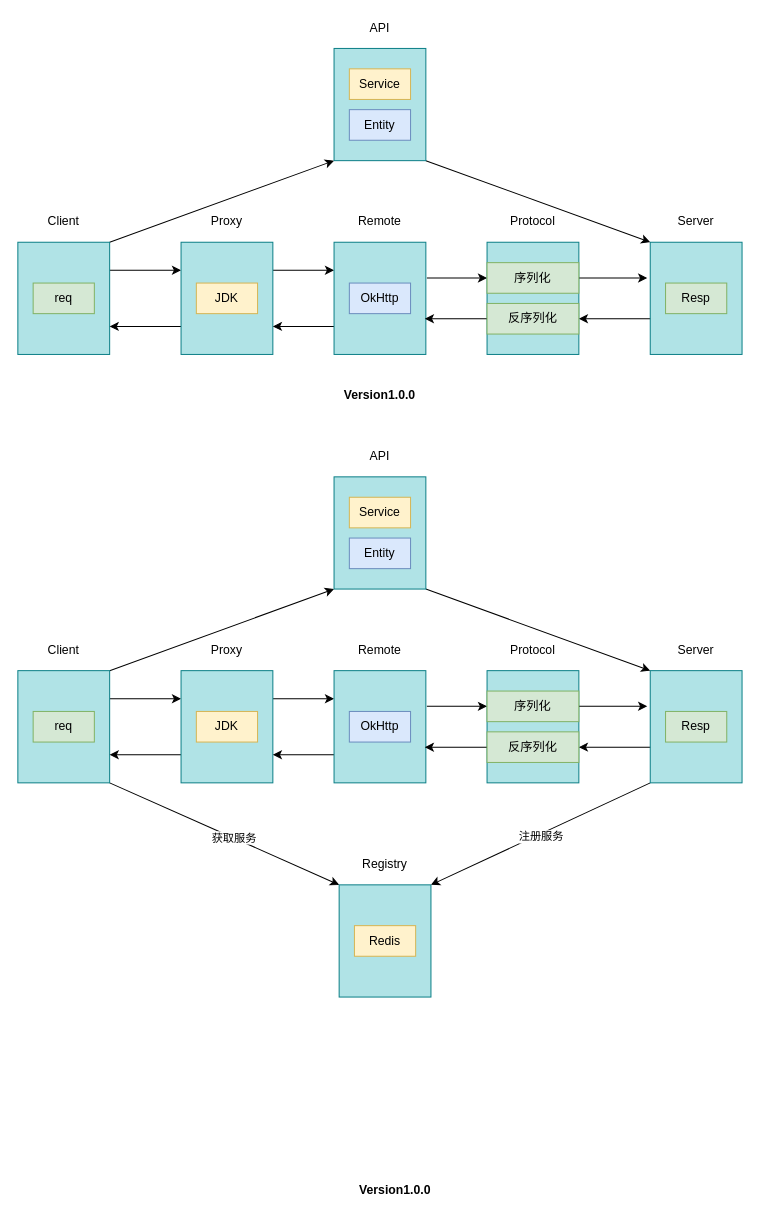
Above: jihe/rpc/oli-rpc.drawio in oliverschen/draw.io (draw.io), before the change. Source tidied: cells renumbered, new cells numbered last; positions are measured from the earlier drawing's top-left corner, leaving out a move shared by most shapes. Both pictures are drawn from the tidied source at 102%, with x=0, y=0 at pixel (17, 17).
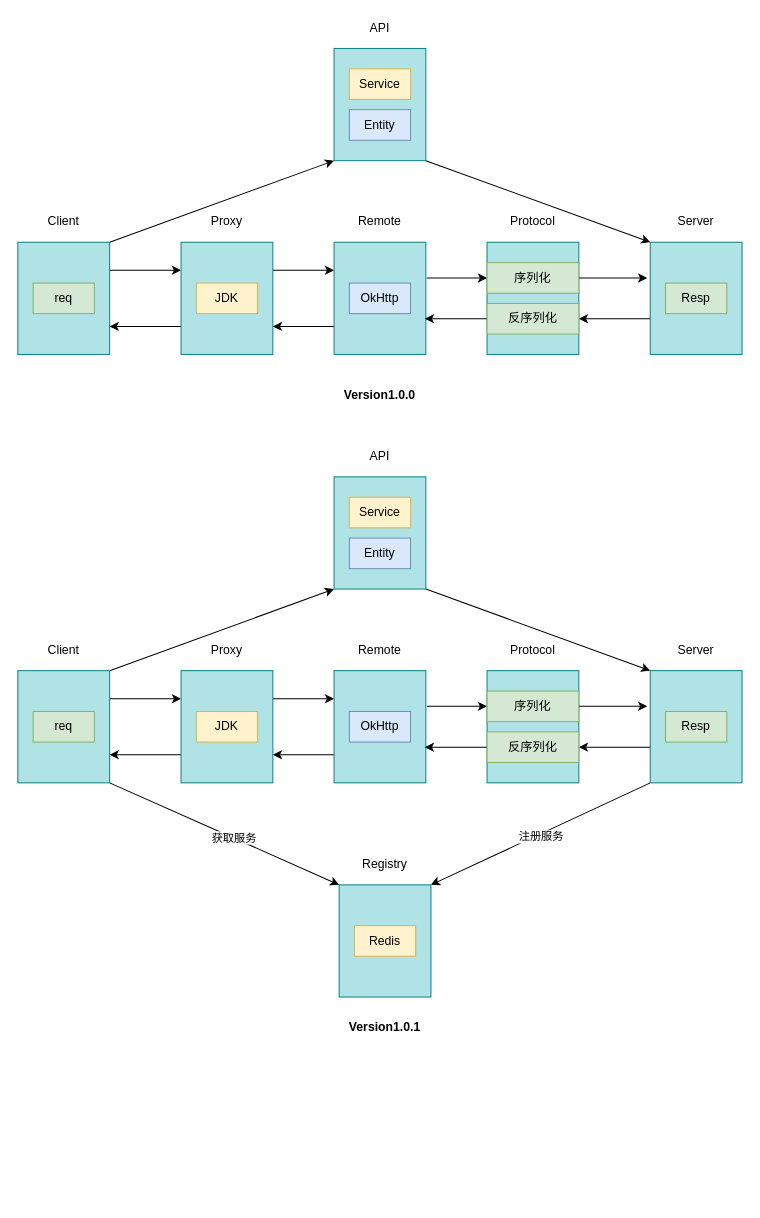
Above is the later version.

Change to the diagram source:
```diff
@@
-    <mxCell id="62" value="&lt;b&gt;Version1.0.0&lt;/b&gt;" style="text;html=1;strokeColor=none;fillColor=none;align=center;verticalAlign=middle;whiteSpace=wrap;rounded=0;" parent="1" vertex="1">
-      <mxGeometry x="335" y="1140" width="70" height="20" as="geometry" />
+    <mxCell id="62" value="&lt;b&gt;Version1.0.1&lt;/b&gt;" style="text;html=1;strokeColor=none;fillColor=none;align=center;verticalAlign=middle;whiteSpace=wrap;rounded=0;" parent="1" vertex="1">
+      <mxGeometry x="325" y="980" width="70" height="20" as="geometry" />
     </mxCell>
```
